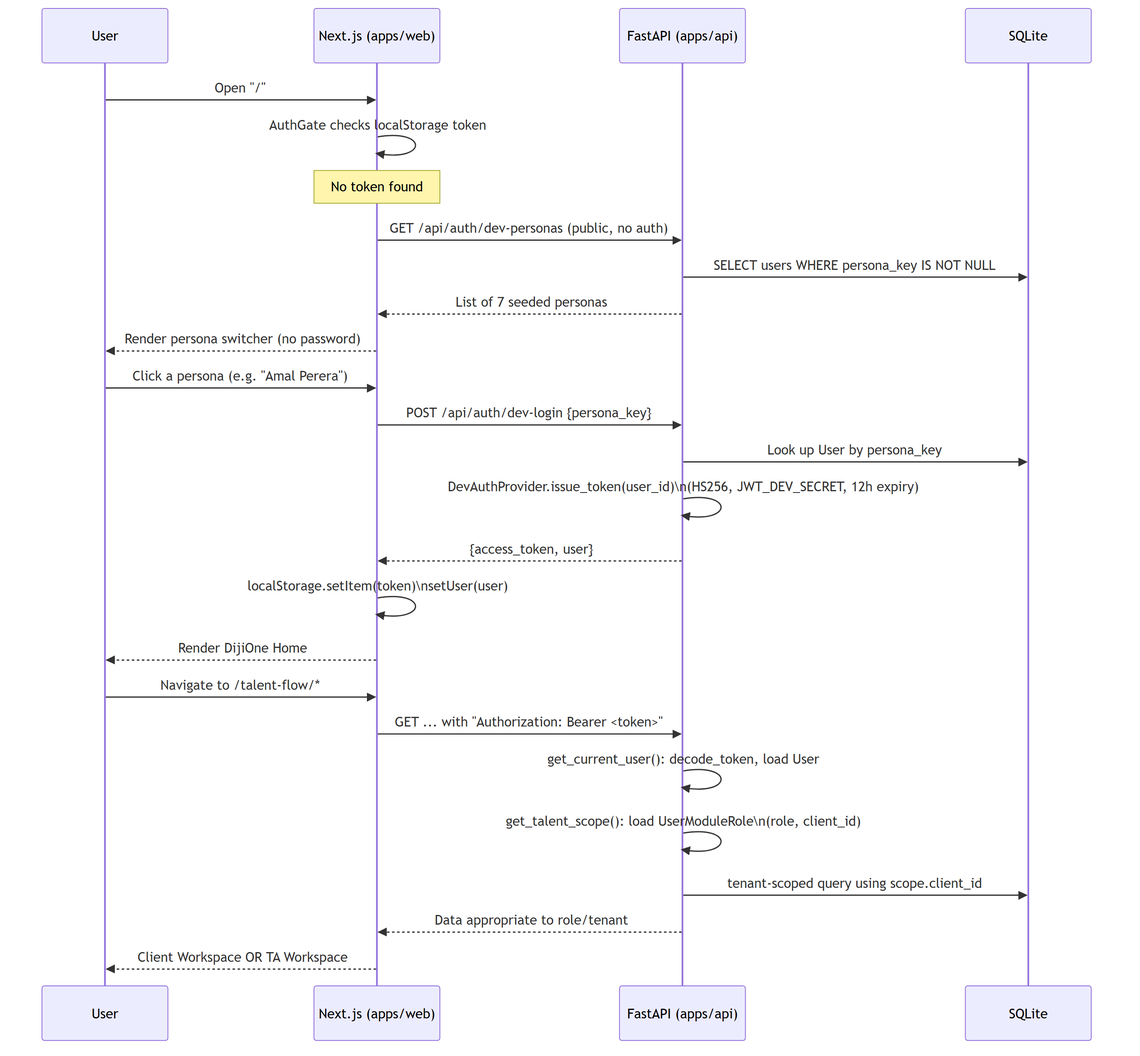
Above: docs/diagrams/rendered/02-as-is-authentication.png in IMWeeriyasinghe/dijione-platform (Mermaid), before the change. Its source is kept beside it as docs/diagrams/source/02-as-is-authentication.mmd. The source it was exported from:
```mermaid
sequenceDiagram
    participant U as User
    participant W as Next.js (apps/web)
    participant A as FastAPI (apps/api)
    participant DB as SQLite

    U->>W: Open "/"
    W->>W: AuthGate checks localStorage token
    Note over W: No token found
    W->>A: GET /api/auth/dev-personas (public, no auth)
    A->>DB: SELECT users WHERE persona_key IS NOT NULL
    A-->>W: List of 7 seeded personas
    W-->>U: Render persona switcher (no password)

    U->>W: Click a persona (e.g. "Amal Perera")
    W->>A: POST /api/auth/dev-login {persona_key}
    A->>DB: Look up User by persona_key
    A->>A: DevAuthProvider.issue_token(user_id)\n(HS256, JWT_DEV_SECRET, 12h expiry)
    A-->>W: {access_token, user}
    W->>W: localStorage.setItem(token)\nsetUser(user)
    W-->>U: Render DijiOne Home

    U->>W: Navigate to /talent-flow/*
    W->>A: GET ... with "Authorization: Bearer <token>"
    A->>A: get_current_user(): decode_token, load User
    A->>A: get_talent_scope(): load UserModuleRole\n(role, client_id)
    A->>DB: tenant-scoped query using scope.client_id
    A-->>W: Data appropriate to role/tenant
    W-->>U: Client Workspace OR TA Workspace
```
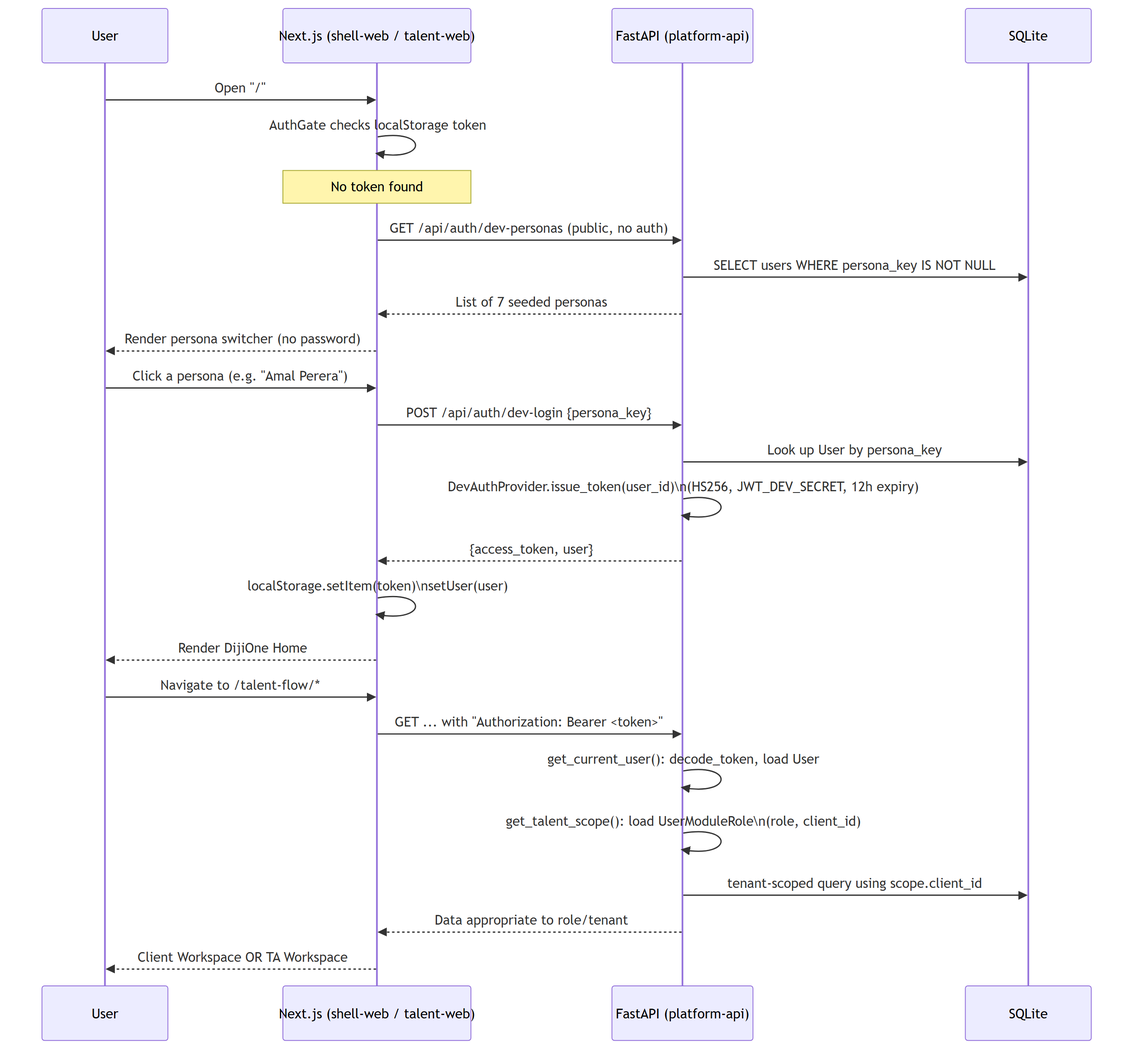
After the commit.

What changed in the source:
```diff
@@ -1,7 +1,7 @@
 sequenceDiagram
     participant U as User
-    participant W as Next.js (apps/web)
-    participant A as FastAPI (apps/api)
+    participant W as Next.js (shell-web / talent-web)
+    participant A as FastAPI (platform-api)
     participant DB as SQLite
 
     U->>W: Open "/"
```
